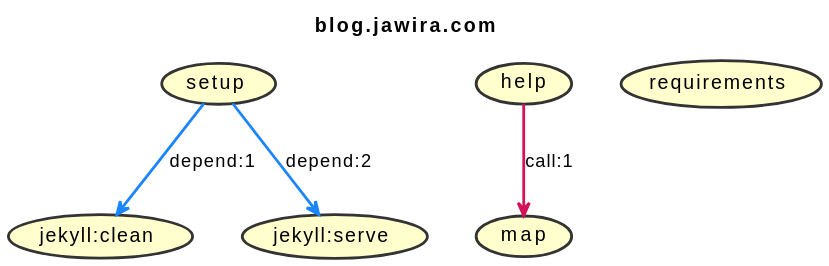
Above: build.svg in jawira/blog.jawira.com (PlantUML), before the change. Its diagram source:
```plantuml
@startuml
title
blog.jawira.com
end title

top to bottom direction

skinparam Shadowing false
skinparam ArrowFontColor Black
skinparam ArrowThickness 2
skinparam UseCaseBackgroundColor #FFFECC
skinparam UseCaseBorderColor #333333
skinparam UseCaseBorderThickness 2
skinparam UseCaseFontColor Black


(setup) -[#1A85FF]-> (jekyll:clean) : depend:1
(setup) -[#1A85FF]-> (jekyll:serve) : depend:2
(help) -[#D41159]-> (map) : call:1
(setup)
(jekyll:clean)
(jekyll:serve)
(requirements)
(help)
(map)
@enduml
```
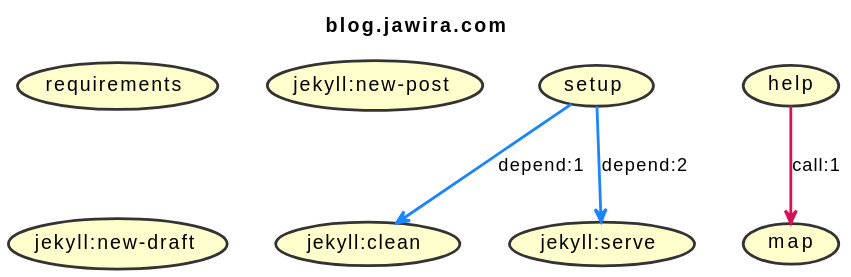
The same diagram one commit later.

Commit message:
feat: Import Post and Drafts from dev.to

The edit, as a diff of the source:
```diff
@@ -23,4 +23,6 @@
 (requirements)
 (help)
 (map)
+(jekyll:new-post)
+(jekyll:new-draft)
 @enduml
```
